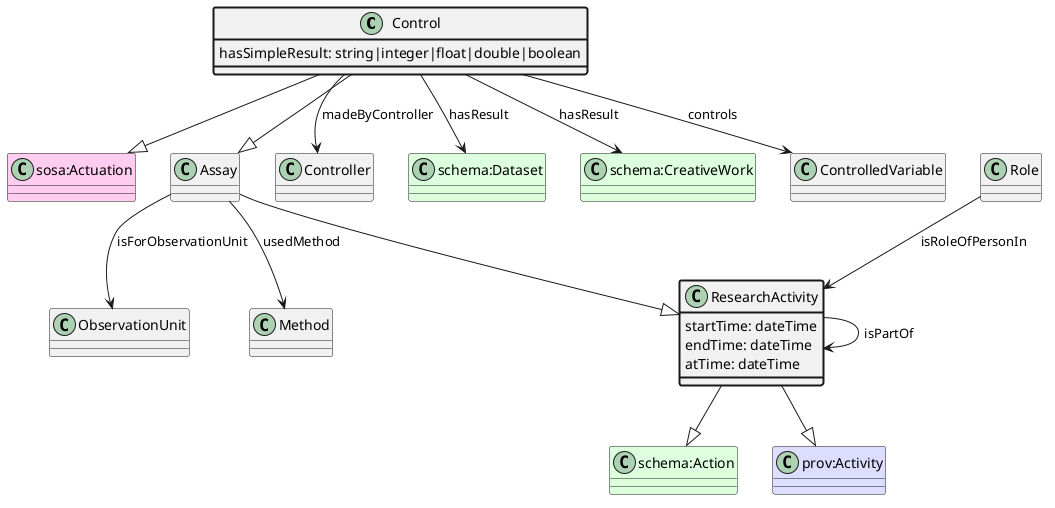
This is ttl_uml/ttl_appn_Control.png from aus-plant-phenomics-network/appn-schema, a PlantUML export, as it was before one commit.
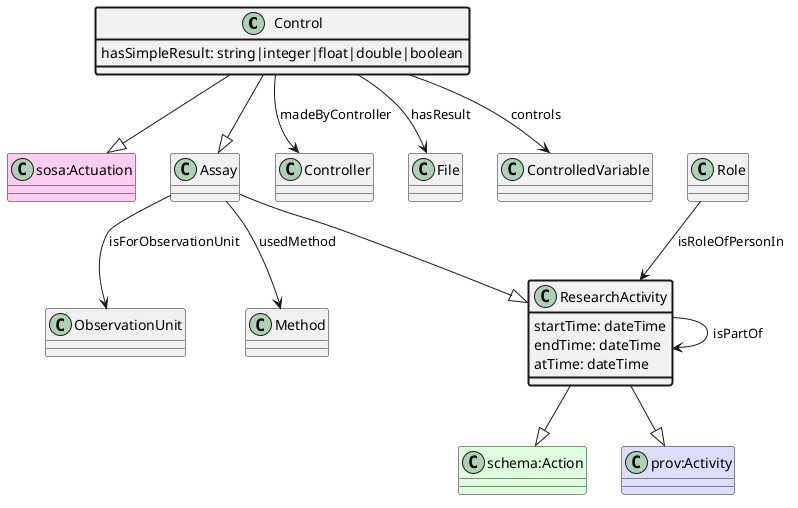
Above is the later version.

Diff of the diagram source:
```diff
@@ -12,10 +12,8 @@
 Control --|> Assay
 class Controller
 Control --> Controller : madeByController
-class "schema:Dataset" #DDFFDD
-Control --> "schema:Dataset" : hasResult
-class "schema:CreativeWork" #DDFFDD
-Control --> "schema:CreativeWork" : hasResult
+class File
+Control --> File : hasResult
 class Control #line.bold {
     hasSimpleResult: string|integer|float|double|boolean
 }
```
